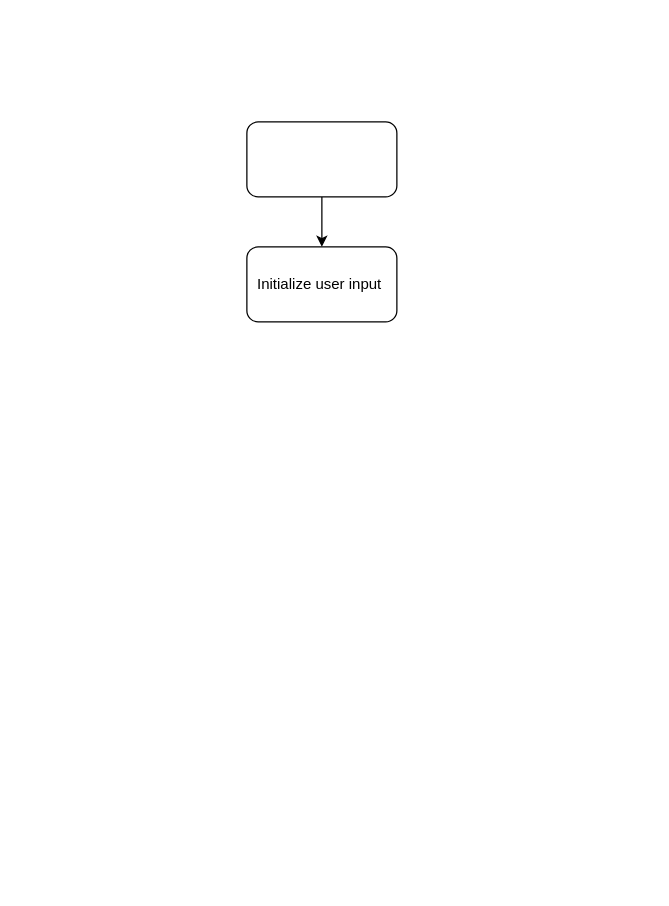
Above: disc4.drawio in smithjustinc/csc205 (draw.io), before the change. Source tidied: cells renumbered, new cells numbered last; positions are measured from the earlier drawing's top-left corner, leaving out a move shared by most shapes. Both pictures are drawn from the tidied source at 125%, with x=0, y=0 at pixel (246, 121).
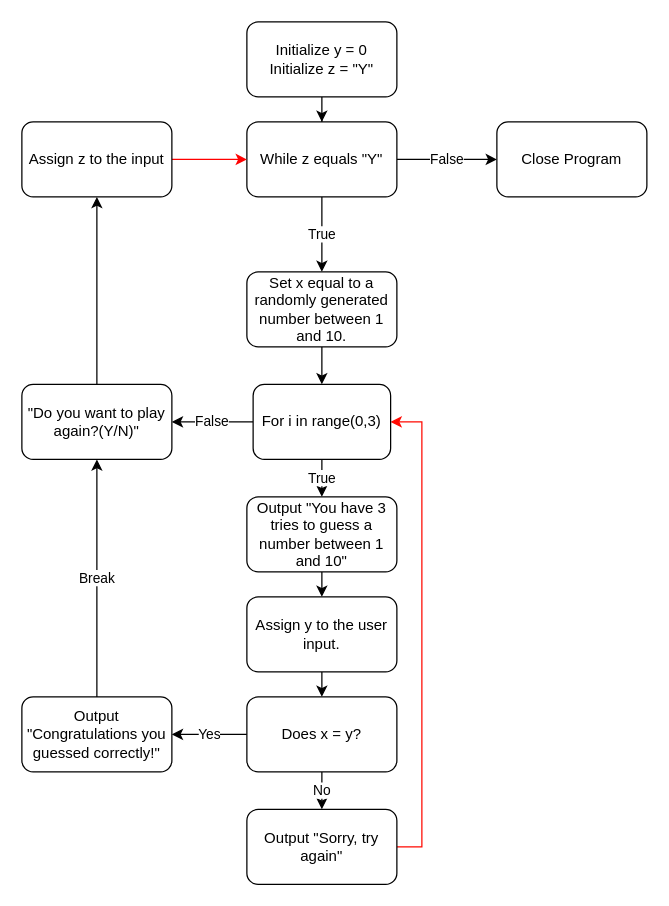
The same diagram, later.

The edit, as a diff of the source:
```diff
@@
-    <mxCell id="2" style="edgeStyle=orthogonalEdgeStyle;rounded=0;jettySize=auto;html=1;" parent="1" edge="1" source="3" target="4">
+    <mxCell id="2" style="edgeStyle=orthogonalEdgeStyle;rounded=0;jettySize=auto;html=1;entryX=0.5;entryY=0;entryDx=0;entryDy=0;" parent="1" edge="1" source="3" target="22">
       <mxGeometry relative="1" as="geometry" />
     </mxCell>
-    <mxCell id="3" style="rounded=1;whiteSpace=wrap;html=1;" parent="1" vertex="1">
-      <mxGeometry width="120" height="60" as="geometry" />
+    <mxCell id="3" value="Initialize y = 0&lt;br&gt;Initialize z = &quot;Y&quot;" style="rounded=1;whiteSpace=wrap;html=1;" parent="1" vertex="1">
+      <mxGeometry y="-80" width="120" height="60" as="geometry" />
     </mxCell>
+    <mxCell id="5" style="edgeStyle=orthogonalEdgeStyle;rounded=0;jettySize=auto;html=1;exitX=0.5;exitY=1;exitDx=0;exitDy=0;entryX=0.5;entryY=0;entryDx=0;entryDy=0;" parent="1" edge="1" source="4" target="9">
+      <mxGeometry relative="1" as="geometry" />
+    </mxCell>
-    <mxCell id="4" value="Initialize user input&amp;nbsp;" style="whiteSpace=wrap;html=1;rounded=1;" parent="1" vertex="1">
-      <mxGeometry y="100" width="120" height="60" as="geometry" />
+    <mxCell id="4" value="Output &quot;You have 3 tries to guess a number between 1 and 10&quot;" style="whiteSpace=wrap;html=1;rounded=1;" parent="1" vertex="1">
+      <mxGeometry y="300" width="120" height="60" as="geometry" />
     </mxCell>
+    <mxCell id="6" style="edgeStyle=orthogonalEdgeStyle;rounded=0;jettySize=auto;html=1;exitX=0.5;exitY=1;exitDx=0;exitDy=0;" parent="1" edge="1" source="7" target="14">
+      <mxGeometry relative="1" as="geometry" />
+    </mxCell>
+    <mxCell id="7" value="Set x equal to a randomly generated number between 1 and 10." style="whiteSpace=wrap;html=1;rounded=1;" parent="1" vertex="1">
+      <mxGeometry y="120" width="120" height="60" as="geometry" />
+    </mxCell>
+    <mxCell id="8" style="edgeStyle=orthogonalEdgeStyle;rounded=0;jettySize=auto;html=1;exitX=0.5;exitY=1;exitDx=0;exitDy=0;entryX=0.5;entryY=0;entryDx=0;entryDy=0;" parent="1" edge="1" source="9" target="17">
+      <mxGeometry relative="1" as="geometry" />
+    </mxCell>
+    <mxCell id="9" value="Assign y to the user input." style="whiteSpace=wrap;html=1;rounded=1;" parent="1" vertex="1">
+      <mxGeometry y="380" width="120" height="60" as="geometry" />
+    </mxCell>
+    <mxCell id="10" style="edgeStyle=orthogonalEdgeStyle;rounded=0;jettySize=auto;html=1;exitX=1;exitY=0.5;exitDx=0;exitDy=0;entryX=1;entryY=0.5;entryDx=0;entryDy=0;fillColor=#FF0000;strokeColor=#FF0800;" parent="1" edge="1" source="11" target="14">
+      <mxGeometry relative="1" as="geometry" />
+    </mxCell>
+    <mxCell id="11" value="Output &quot;Sorry, try again&quot;" style="whiteSpace=wrap;html=1;rounded=1;" parent="1" vertex="1">
+      <mxGeometry y="550" width="120" height="60" as="geometry" />
+    </mxCell>
+    <mxCell id="12" value="True" style="edgeStyle=orthogonalEdgeStyle;rounded=0;jettySize=auto;html=1;exitX=0.5;exitY=1;exitDx=0;exitDy=0;entryX=0.5;entryY=0;entryDx=0;entryDy=0;" parent="1" edge="1" source="14" target="4">
+      <mxGeometry relative="1" as="geometry" />
+    </mxCell>
+    <mxCell id="13" value="False" style="edgeStyle=orthogonalEdgeStyle;rounded=0;jettySize=auto;html=1;exitX=0;exitY=0.5;exitDx=0;exitDy=0;" parent="1" edge="1" source="14" target="19">
+      <mxGeometry relative="1" as="geometry" />
+    </mxCell>
+    <mxCell id="14" value="For i in range(0,3)" style="whiteSpace=wrap;html=1;rounded=1;" parent="1" vertex="1">
+      <mxGeometry x="5" y="210" width="110" height="60" as="geometry" />
+    </mxCell>
+    <mxCell id="15" value="Yes" style="edgeStyle=orthogonalEdgeStyle;rounded=0;jettySize=auto;html=1;" parent="1" edge="1" source="17" target="25">
+      <mxGeometry relative="1" as="geometry" />
+    </mxCell>
+    <mxCell id="16" value="No" style="edgeStyle=orthogonalEdgeStyle;rounded=0;jettySize=auto;html=1;exitX=0.5;exitY=1;exitDx=0;exitDy=0;entryX=0.5;entryY=0;entryDx=0;entryDy=0;" parent="1" edge="1" source="17" target="11">
+      <mxGeometry relative="1" as="geometry" />
+    </mxCell>
+    <mxCell id="17" value="Does x = y?" style="rounded=1;whiteSpace=wrap;html=1;" parent="1" vertex="1">
+      <mxGeometry y="460" width="120" height="60" as="geometry" />
+    </mxCell>
+    <mxCell id="18" style="edgeStyle=orthogonalEdgeStyle;rounded=0;jettySize=auto;html=1;" parent="1" edge="1" source="19" target="27">
+      <mxGeometry relative="1" as="geometry" />
+    </mxCell>
+    <mxCell id="19" value="&quot;Do you want to play again?(Y/N)&quot;" style="rounded=1;whiteSpace=wrap;html=1;" parent="1" vertex="1">
+      <mxGeometry x="-180" y="210" width="120" height="60" as="geometry" />
+    </mxCell>
+    <mxCell id="20" value="True" style="edgeStyle=orthogonalEdgeStyle;rounded=0;jettySize=auto;html=1;exitX=0.5;exitY=1;exitDx=0;exitDy=0;entryX=0.5;entryY=0;entryDx=0;entryDy=0;" parent="1" edge="1" source="22" target="7">
+      <mxGeometry relative="1" as="geometry" />
+    </mxCell>
+    <mxCell id="21" value="False" style="edgeStyle=orthogonalEdgeStyle;rounded=0;jettySize=auto;html=1;" parent="1" edge="1" source="22" target="23">
+      <mxGeometry relative="1" as="geometry" />
+    </mxCell>
+    <mxCell id="22" value="While z equals &quot;Y&quot;" style="whiteSpace=wrap;html=1;rounded=1;" parent="1" vertex="1">
+      <mxGeometry width="120" height="60" as="geometry" />
+    </mxCell>
+    <mxCell id="23" value="Close Program" style="whiteSpace=wrap;html=1;rounded=1;" parent="1" vertex="1">
+      <mxGeometry x="200" width="120" height="60" as="geometry" />
+    </mxCell>
+    <mxCell id="24" value="Break" style="edgeStyle=orthogonalEdgeStyle;rounded=0;jettySize=auto;html=1;exitX=0.5;exitY=0;exitDx=0;exitDy=0;entryX=0.5;entryY=1;entryDx=0;entryDy=0;" parent="1" edge="1" source="25" target="19">
+      <mxGeometry relative="1" as="geometry" />
+    </mxCell>
+    <mxCell id="25" value="Output &quot;Congratulations you guessed correctly!&quot;" style="rounded=1;whiteSpace=wrap;html=1;" parent="1" vertex="1">
+      <mxGeometry x="-180" y="460" width="120" height="60" as="geometry" />
+    </mxCell>
+    <mxCell id="26" style="edgeStyle=orthogonalEdgeStyle;rounded=0;jettySize=auto;html=1;exitX=1;exitY=0.5;exitDx=0;exitDy=0;entryX=0;entryY=0.5;entryDx=0;entryDy=0;strokeColor=#FF0000;" parent="1" edge="1" source="27" target="22">
+      <mxGeometry relative="1" as="geometry" />
+    </mxCell>
+    <mxCell id="27" value="Assign z to the input" style="whiteSpace=wrap;html=1;rounded=1;" parent="1" vertex="1">
+      <mxGeometry x="-180" width="120" height="60" as="geometry" />
+    </mxCell>
```
